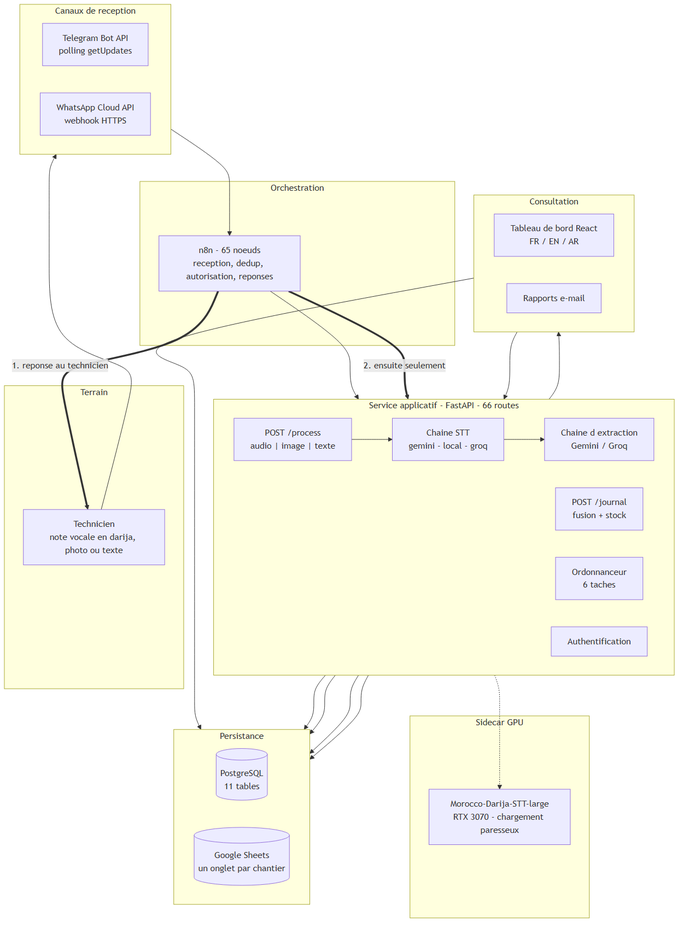
Above: Pres+report/diagrams/01-architecture.png in yassine808/PFE-aznet (Mermaid), before the change. Its source is kept beside it as Pres+report/diagrams/01-architecture.mmd.
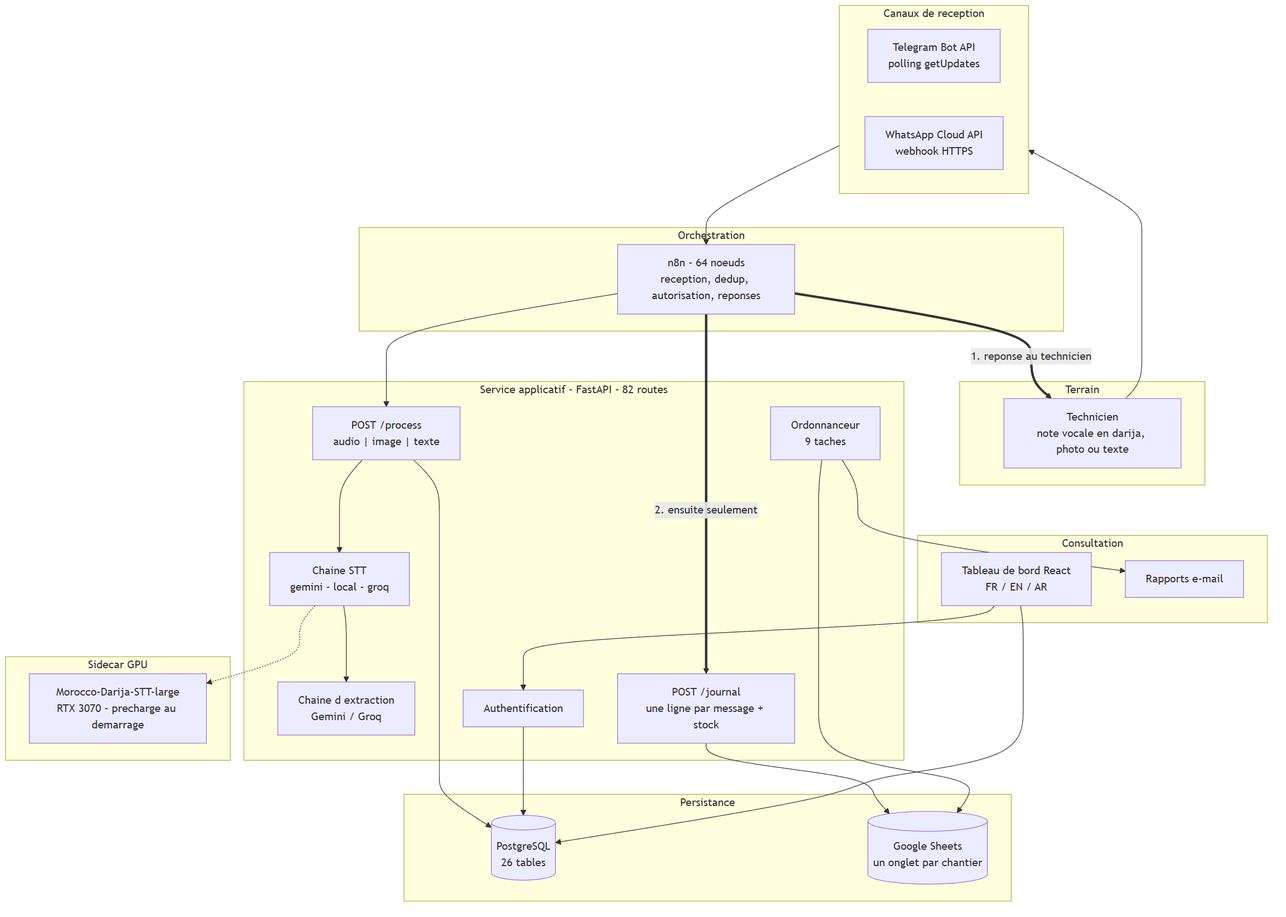
After the change.

What changed in the source:
```diff
@@ -10,26 +10,26 @@
     end
 
     subgraph orch["Orchestration"]
-        N8N["n8n - 65 noeuds<br/>reception, dedup, autorisation, reponses"]
+        N8N["n8n - 64 noeuds<br/>reception, dedup, autorisation, reponses"]
     end
 
-    subgraph coeur["Service applicatif - FastAPI - 66 routes"]
+    subgraph coeur["Service applicatif - FastAPI - 82 routes"]
         direction LR
         PROC["POST /process<br/>audio | image | texte"]
         STT["Chaine STT<br/>gemini - local - groq"]
         EXT["Chaine d extraction<br/>Gemini / Groq"]
-        JRN["POST /journal<br/>fusion + stock"]
-        JOBS["Ordonnanceur<br/>6 taches"]
+        JRN["POST /journal<br/>une ligne par message + stock"]
+        JOBS["Ordonnanceur<br/>9 taches"]
         AUTH["Authentification"]
     end
 
     subgraph gpu["Sidecar GPU"]
-        LOC["Morocco-Darija-STT-large<br/>RTX 3070 - chargement paresseux"]
+        LOC["Morocco-Darija-STT-large<br/>RTX 3070 - precharge au demarrage"]
     end
 
     subgraph stock["Persistance"]
         direction LR
-        PG[("PostgreSQL<br/>11 tables")]
+        PG[("PostgreSQL<br/>26 tables")]
         GS[("Google Sheets<br/>un onglet par chantier")]
     end
 
```
